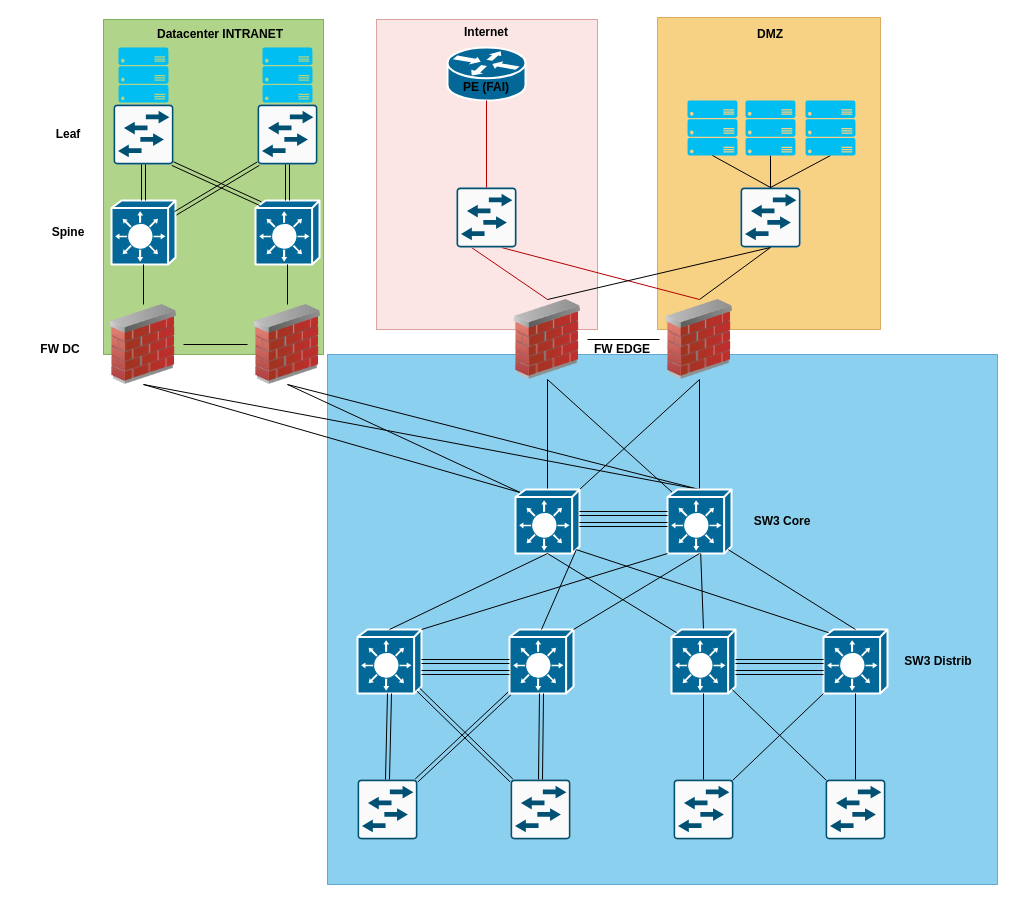
This is page "Cas simple" (2 of 3) of ARCHI.drawio from egoMasa/HomeLab, a draw.io file, before an edit. Source tidied: cells renumbered, new cells numbered last; positions are measured from the earlier drawing's top-left corner, leaving out a move shared by most shapes. Both pictures are drawn from the tidied source at 100%, with x=0, y=0 at pixel (17, 17).
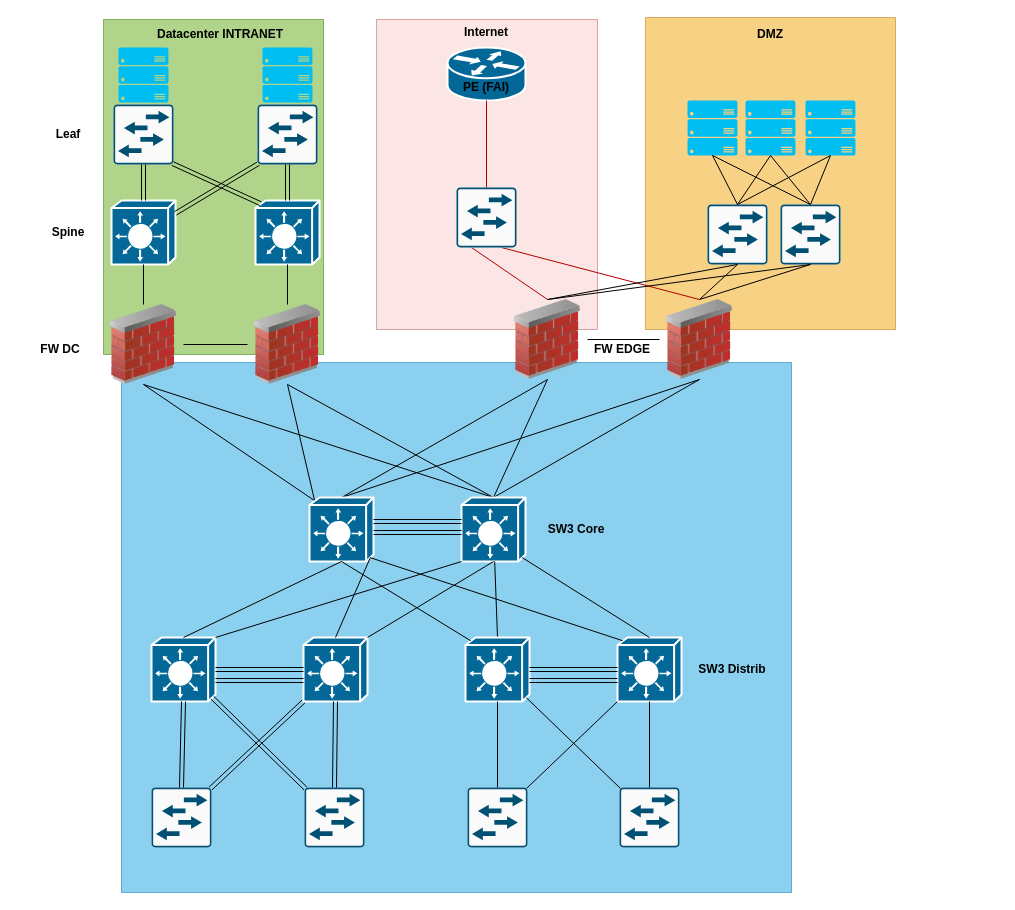
The same diagram, later.

Commit message (it also covers changes not shown here):
Mettre à jour ARCHI.drawio

Unchanged cells that the change refers to:
```xml
<mxCell id="6" style="image;html=1;image=img/lib/clip_art/networking/Firewall_02_128x128.png;" parent="1" vertex="1">
  <mxGeometry x="490" y="282" width="80" height="80" as="geometry" />
</mxCell>
<mxCell id="22" style="image;html=1;image=img/lib/clip_art/networking/Firewall_02_128x128.png;" parent="1" vertex="1">
  <mxGeometry x="642" y="282" width="80" height="80" as="geometry" />
</mxCell>
<mxCell id="80" style="verticalLabelPosition=bottom;html=1;verticalAlign=top;align=center;strokeColor=none;fillColor=#00BEF2;shape=mxgraph.azure.server_rack;" parent="1" vertex="1">
  <mxGeometry x="670" y="83" width="50" height="55" as="geometry" />
</mxCell>
<mxCell id="82" style="verticalLabelPosition=bottom;html=1;verticalAlign=top;align=center;strokeColor=none;fillColor=#00BEF2;shape=mxgraph.azure.server_rack;" parent="1" vertex="1">
  <mxGeometry x="788" y="83" width="50" height="55" as="geometry" />
</mxCell>
<mxCell id="83" style="verticalLabelPosition=bottom;html=1;verticalAlign=top;align=center;strokeColor=none;fillColor=#00BEF2;shape=mxgraph.azure.server_rack;" parent="1" vertex="1">
  <mxGeometry x="728" y="83" width="50" height="55" as="geometry" />
</mxCell>
```

What changed in the source:
```diff
@@
     <mxCell id="2" style="whiteSpace=wrap;html=1;fillColor=#f0a30a;strokeColor=#BD7000;opacity=50;fontColor=#000000;" parent="1" vertex="1">
-      <mxGeometry x="640" width="223" height="312" as="geometry" />
+      <mxGeometry x="628" width="250" height="312" as="geometry" />
     </mxCell>
     <mxCell id="3" style="whiteSpace=wrap;html=1;fillColor=#1ba1e2;strokeColor=#006EAF;opacity=50;fontColor=#ffffff;" parent="1" vertex="1">
-      <mxGeometry x="310" y="337" width="670" height="530" as="geometry" />
+      <mxGeometry x="104" y="345" width="670" height="530" as="geometry" />
     </mxCell>
@@
-    <mxCell id="11" style="rounded=0;jettySize=auto;html=1;exitX=1;exitY=0;exitDx=0;exitDy=0;exitPerimeter=0;endArrow=none;endFill=0;" parent="1" edge="1" source="12">
-      <mxGeometry relative="1" as="geometry">
-        <mxPoint x="682" y="362" as="targetPoint" />
-      </mxGeometry>
+    <mxCell id="11" style="rounded=0;jettySize=auto;html=1;exitX=0.5;exitY=0;exitDx=0;exitDy=0;exitPerimeter=0;endArrow=none;endFill=0;entryX=0.5;entryY=1;entryDx=0;entryDy=0;" parent="1" edge="1" source="12" target="22">
+      <mxGeometry relative="1" as="geometry" />
     </mxCell>
     <mxCell id="12" style="shape=mxgraph.cisco.switches.layer_3_switch;sketch=0;html=1;dashed=0;fillColor=#036897;strokeColor=#ffffff;strokeWidth=2;verticalLabelPosition=bottom;verticalAlign=top;align=center;outlineConnect=0;" parent="1" vertex="1">
-      <mxGeometry x="498" y="472" width="64" height="64" as="geometry" />
+      <mxGeometry x="292" y="480" width="64" height="64" as="geometry" />
     </mxCell>
@@
-    <mxCell id="14" style="rounded=0;jettySize=auto;html=1;exitX=0.08;exitY=0.05;exitDx=0;exitDy=0;exitPerimeter=0;entryX=0.5;entryY=1;entryDx=0;entryDy=0;endArrow=none;endFill=0;" parent="1" edge="1" source="17" target="6">
+    <mxCell id="14" style="rounded=0;jettySize=auto;html=1;exitX=0.5;exitY=0;exitDx=0;exitDy=0;exitPerimeter=0;entryX=0.5;entryY=1;entryDx=0;entryDy=0;endArrow=none;endFill=0;" parent="1" edge="1" source="17" target="6">
       <mxGeometry relative="1" as="geometry" />
     </mxCell>
@@
     <mxCell id="17" style="shape=mxgraph.cisco.switches.layer_3_switch;sketch=0;html=1;dashed=0;fillColor=#036897;strokeColor=#ffffff;strokeWidth=2;verticalLabelPosition=bottom;verticalAlign=top;align=center;outlineConnect=0;" parent="1" vertex="1">
-      <mxGeometry x="650" y="472" width="64" height="64" as="geometry" />
+      <mxGeometry x="444" y="480" width="64" height="64" as="geometry" />
     </mxCell>
     <mxCell id="18" style="sketch=0;points=[[0.015,0.015,0],[0.985,0.015,0],[0.985,0.985,0],[0.015,0.985,0],[0.25,0,0],[0.5,0,0],[0.75,0,0],[1,0.25,0],[1,0.5,0],[1,0.75,0],[0.75,1,0],[0.5,1,0],[0.25,1,0],[0,0.75,0],[0,0.5,0],[0,0.25,0]];verticalLabelPosition=bottom;html=1;verticalAlign=top;align=center;shape=mxgraph.cisco19.rect;prIcon=l2_switch;fillColor=#FAFAFA;strokeColor=#005073;" parent="1" vertex="1">
-      <mxGeometry x="340" y="762" width="60" height="60" as="geometry" />
+      <mxGeometry x="134" y="770" width="60" height="60" as="geometry" />
     </mxCell>
     <mxCell id="19" style="sketch=0;points=[[0.015,0.015,0],[0.985,0.015,0],[0.985,0.985,0],[0.015,0.985,0],[0.25,0,0],[0.5,0,0],[0.75,0,0],[1,0.25,0],[1,0.5,0],[1,0.75,0],[0.75,1,0],[0.5,1,0],[0.25,1,0],[0,0.75,0],[0,0.5,0],[0,0.25,0]];verticalLabelPosition=bottom;html=1;verticalAlign=top;align=center;shape=mxgraph.cisco19.rect;prIcon=l2_switch;fillColor=#FAFAFA;strokeColor=#005073;" parent="1" vertex="1">
-      <mxGeometry x="493" y="762" width="60" height="60" as="geometry" />
+      <mxGeometry x="287" y="770" width="60" height="60" as="geometry" />
     </mxCell>
@@
     <mxCell id="24" style="edgeStyle=orthogonalEdgeStyle;rounded=0;orthogonalLoop=1;jettySize=auto;html=1;exitX=1;exitY=0.5;exitDx=0;exitDy=0;exitPerimeter=0;entryX=0;entryY=0.5;entryDx=0;entryDy=0;entryPerimeter=0;endArrow=none;endFill=0;shape=link;" parent="1" edge="1">
       <mxGeometry relative="1" as="geometry">
-        <mxPoint x="562" y="507" as="sourcePoint" />
-        <mxPoint x="650" y="507" as="targetPoint" />
+        <mxPoint x="356" y="515" as="sourcePoint" />
+        <mxPoint x="444" y="515" as="targetPoint" />
       </mxGeometry>
     </mxCell>
     <mxCell id="25" style="shape=mxgraph.cisco.switches.layer_3_switch;sketch=0;html=1;dashed=0;fillColor=#036897;strokeColor=#ffffff;strokeWidth=2;verticalLabelPosition=bottom;verticalAlign=top;align=center;outlineConnect=0;" parent="1" vertex="1">
-      <mxGeometry x="340" y="612" width="64" height="64" as="geometry" />
+      <mxGeometry x="134" y="620" width="64" height="64" as="geometry" />
     </mxCell>
     <mxCell id="26" style="shape=mxgraph.cisco.switches.layer_3_switch;sketch=0;html=1;dashed=0;fillColor=#036897;strokeColor=#ffffff;strokeWidth=2;verticalLabelPosition=bottom;verticalAlign=top;align=center;outlineConnect=0;" parent="1" vertex="1">
-      <mxGeometry x="492" y="612" width="64" height="64" as="geometry" />
+      <mxGeometry x="286" y="620" width="64" height="64" as="geometry" />
     </mxCell>
@@
     <mxCell id="31" style="edgeStyle=orthogonalEdgeStyle;rounded=0;orthogonalLoop=1;jettySize=auto;html=1;exitX=1;exitY=0.5;exitDx=0;exitDy=0;exitPerimeter=0;entryX=0;entryY=0.5;entryDx=0;entryDy=0;entryPerimeter=0;endArrow=none;endFill=0;shape=link;" parent="1" edge="1">
       <mxGeometry relative="1" as="geometry">
-        <mxPoint x="562" y="496" as="sourcePoint" />
-        <mxPoint x="650" y="496" as="targetPoint" />
+        <mxPoint x="356" y="504" as="sourcePoint" />
+        <mxPoint x="444" y="504" as="targetPoint" />
       </mxGeometry>
     </mxCell>
@@
     <mxCell id="36" value="SW3 Core" style="text;strokeColor=none;align=center;fillColor=none;html=1;verticalAlign=middle;whiteSpace=wrap;rounded=0;fontStyle=1;" parent="1" vertex="1">
-      <mxGeometry x="722" y="489" width="86" height="30" as="geometry" />
+      <mxGeometry x="516" y="497" width="86" height="30" as="geometry" />
     </mxCell>
@@
     <mxCell id="41" style="edgeStyle=orthogonalEdgeStyle;rounded=0;orthogonalLoop=1;jettySize=auto;html=1;exitX=1;exitY=0.5;exitDx=0;exitDy=0;exitPerimeter=0;entryX=0;entryY=0.5;entryDx=0;entryDy=0;entryPerimeter=0;endArrow=none;endFill=0;shape=link;" parent="1" edge="1">
       <mxGeometry relative="1" as="geometry">
-        <mxPoint x="404" y="655" as="sourcePoint" />
-        <mxPoint x="492" y="655" as="targetPoint" />
+        <mxPoint x="198" y="663" as="sourcePoint" />
+        <mxPoint x="286" y="663" as="targetPoint" />
       </mxGeometry>
     </mxCell>
@@
     <mxCell id="62" style="shape=mxgraph.cisco.switches.layer_3_switch;sketch=0;html=1;dashed=0;fillColor=#036897;strokeColor=#ffffff;strokeWidth=2;verticalLabelPosition=bottom;verticalAlign=top;align=center;outlineConnect=0;" parent="1" vertex="1">
-      <mxGeometry x="654" y="612" width="64" height="64" as="geometry" />
+      <mxGeometry x="448" y="620" width="64" height="64" as="geometry" />
     </mxCell>
     <mxCell id="63" style="shape=mxgraph.cisco.switches.layer_3_switch;sketch=0;html=1;dashed=0;fillColor=#036897;strokeColor=#ffffff;strokeWidth=2;verticalLabelPosition=bottom;verticalAlign=top;align=center;outlineConnect=0;" parent="1" vertex="1">
-      <mxGeometry x="806" y="612" width="64" height="64" as="geometry" />
+      <mxGeometry x="600" y="620" width="64" height="64" as="geometry" />
     </mxCell>
@@
     <mxCell id="65" value="SW3 Distrib" style="text;strokeColor=none;align=center;fillColor=none;html=1;verticalAlign=middle;whiteSpace=wrap;rounded=0;fontStyle=1;" parent="1" vertex="1">
-      <mxGeometry x="878" y="629" width="86" height="30" as="geometry" />
+      <mxGeometry x="672" y="637" width="86" height="30" as="geometry" />
     </mxCell>
     <mxCell id="66" style="edgeStyle=orthogonalEdgeStyle;rounded=0;orthogonalLoop=1;jettySize=auto;html=1;exitX=1;exitY=0.5;exitDx=0;exitDy=0;exitPerimeter=0;entryX=0;entryY=0.5;entryDx=0;entryDy=0;entryPerimeter=0;endArrow=none;endFill=0;shape=link;" parent="1" edge="1">
       <mxGeometry relative="1" as="geometry">
-        <mxPoint x="718" y="655" as="sourcePoint" />
-        <mxPoint x="806" y="655" as="targetPoint" />
+        <mxPoint x="512" y="663" as="sourcePoint" />
+        <mxPoint x="600" y="663" as="targetPoint" />
       </mxGeometry>
     </mxCell>
@@
     <mxCell id="70" style="sketch=0;points=[[0.015,0.015,0],[0.985,0.015,0],[0.985,0.985,0],[0.015,0.985,0],[0.25,0,0],[0.5,0,0],[0.75,0,0],[1,0.25,0],[1,0.5,0],[1,0.75,0],[0.75,1,0],[0.5,1,0],[0.25,1,0],[0,0.75,0],[0,0.5,0],[0,0.25,0]];verticalLabelPosition=bottom;html=1;verticalAlign=top;align=center;shape=mxgraph.cisco19.rect;prIcon=l2_switch;fillColor=#FAFAFA;strokeColor=#005073;" parent="1" vertex="1">
-      <mxGeometry x="656" y="762" width="60" height="60" as="geometry" />
+      <mxGeometry x="450" y="770" width="60" height="60" as="geometry" />
     </mxCell>
     <mxCell id="71" style="sketch=0;points=[[0.015,0.015,0],[0.985,0.015,0],[0.985,0.985,0],[0.015,0.985,0],[0.25,0,0],[0.5,0,0],[0.75,0,0],[1,0.25,0],[1,0.5,0],[1,0.75,0],[0.75,1,0],[0.5,1,0],[0.25,1,0],[0,0.75,0],[0,0.5,0],[0,0.25,0]];verticalLabelPosition=bottom;html=1;verticalAlign=top;align=center;shape=mxgraph.cisco19.rect;prIcon=l2_switch;fillColor=#FAFAFA;strokeColor=#005073;" parent="1" vertex="1">
-      <mxGeometry x="808" y="762" width="60" height="60" as="geometry" />
+      <mxGeometry x="602" y="770" width="60" height="60" as="geometry" />
     </mxCell>
@@
-    <mxCell id="76" style="rounded=0;jettySize=auto;html=1;endArrow=none;endFill=0;" parent="1" edge="1" source="77" target="83">
+    <mxCell id="76" style="rounded=0;jettySize=auto;html=1;endArrow=none;endFill=0;entryX=0.5;entryY=1;entryDx=0;entryDy=0;entryPerimeter=0;exitX=0.5;exitY=0;exitDx=0;exitDy=0;exitPerimeter=0;" parent="1" edge="1" source="77" target="83">
       <mxGeometry relative="1" as="geometry" />
     </mxCell>
     <mxCell id="77" style="sketch=0;points=[[0.015,0.015,0],[0.985,0.015,0],[0.985,0.985,0],[0.015,0.985,0],[0.25,0,0],[0.5,0,0],[0.75,0,0],[1,0.25,0],[1,0.5,0],[1,0.75,0],[0.75,1,0],[0.5,1,0],[0.25,1,0],[0,0.75,0],[0,0.5,0],[0,0.25,0]];verticalLabelPosition=bottom;html=1;verticalAlign=top;align=center;shape=mxgraph.cisco19.rect;prIcon=l2_switch;fillColor=#FAFAFA;strokeColor=#005073;" parent="1" vertex="1">
-      <mxGeometry x="723" y="170" width="60" height="60" as="geometry" />
+      <mxGeometry x="690" y="187" width="60" height="60" as="geometry" />
     </mxCell>
@@
-    <mxCell id="81" style="rounded=0;jettySize=auto;html=1;exitX=0.5;exitY=1;exitDx=0;exitDy=0;exitPerimeter=0;entryX=0.5;entryY=0;entryDx=0;entryDy=0;entryPerimeter=0;endArrow=none;endFill=0;" parent="1" edge="1" source="82" target="77">
-      <mxGeometry relative="1" as="geometry" />
-    </mxCell>
+    <mxCell id="88" style="rounded=0;jettySize=auto;html=1;exitX=0.5;exitY=1;exitDx=0;exitDy=0;exitPerimeter=0;entryX=0.5;entryY=0;entryDx=0;entryDy=0;entryPerimeter=0;endArrow=none;endFill=0;" parent="1" edge="1" source="82" target="89">
+      <mxGeometry relative="1" as="geometry" />
+    </mxCell>
@@
+    <mxCell id="89" style="sketch=0;points=[[0.015,0.015,0],[0.985,0.015,0],[0.985,0.985,0],[0.015,0.985,0],[0.25,0,0],[0.5,0,0],[0.75,0,0],[1,0.25,0],[1,0.5,0],[1,0.75,0],[0.75,1,0],[0.5,1,0],[0.25,1,0],[0,0.75,0],[0,0.5,0],[0,0.25,0]];verticalLabelPosition=bottom;html=1;verticalAlign=top;align=center;shape=mxgraph.cisco19.rect;prIcon=l2_switch;fillColor=#FAFAFA;strokeColor=#005073;" parent="1" vertex="1">
+      <mxGeometry x="763" y="187" width="60" height="60" as="geometry" />
+    </mxCell>
+    <mxCell id="90" style="rounded=0;jettySize=auto;html=1;exitX=0.5;exitY=1;exitDx=0;exitDy=0;exitPerimeter=0;entryX=0.5;entryY=0;entryDx=0;entryDy=0;entryPerimeter=0;endArrow=none;endFill=0;" parent="1" edge="1" source="83" target="89">
+      <mxGeometry relative="1" as="geometry" />
+    </mxCell>
+    <mxCell id="91" style="rounded=0;jettySize=auto;html=1;exitX=0.5;exitY=1;exitDx=0;exitDy=0;exitPerimeter=0;entryX=0.5;entryY=0;entryDx=0;entryDy=0;entryPerimeter=0;endArrow=none;endFill=0;" parent="1" edge="1" source="80" target="89">
+      <mxGeometry relative="1" as="geometry" />
+    </mxCell>
+    <mxCell id="81" style="rounded=0;jettySize=auto;html=1;exitX=0.5;exitY=1;exitDx=0;exitDy=0;exitPerimeter=0;entryX=0.5;entryY=0;entryDx=0;entryDy=0;entryPerimeter=0;endArrow=none;endFill=0;" parent="1" edge="1" source="82" target="77">
+      <mxGeometry relative="1" as="geometry" />
+    </mxCell>
+    <mxCell id="92" style="rounded=0;jettySize=auto;html=1;exitX=0.5;exitY=0;exitDx=0;exitDy=0;entryX=0.5;entryY=1;entryDx=0;entryDy=0;entryPerimeter=0;endArrow=none;endFill=0;" parent="1" edge="1" source="22" target="89">
+      <mxGeometry relative="1" as="geometry" />
+    </mxCell>
+    <mxCell id="93" style="rounded=0;jettySize=auto;html=1;exitX=0.5;exitY=0;exitDx=0;exitDy=0;entryX=0.5;entryY=1;entryDx=0;entryDy=0;entryPerimeter=0;endArrow=none;endFill=0;" parent="1" edge="1" source="6" target="89">
+      <mxGeometry relative="1" as="geometry" />
+    </mxCell>
```
